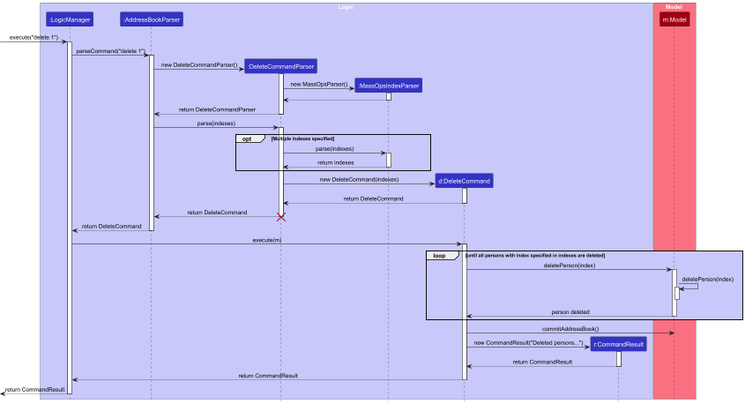
Earlier version of the PlantUML export docs/images/DeleteSequenceDiagram.png (carineang/tp).
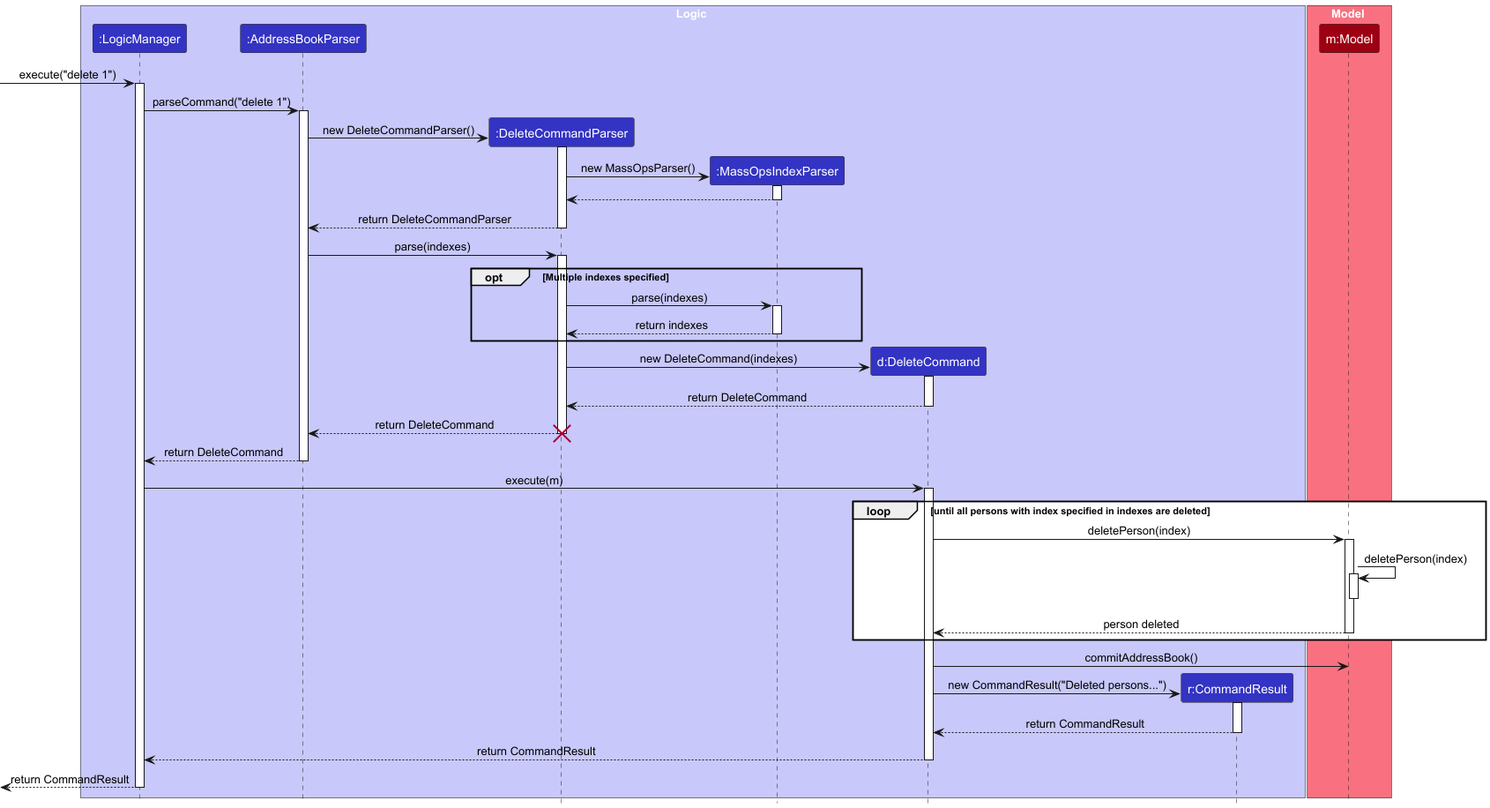
Above is the later version.

Commit message:
Update sequence diagrams for delete and cmd history

The edit, as a diff of the source:
```diff
@@ -67,7 +67,7 @@
 
 
 
-loop LOGIC_COLOR_T1 until all persons with index specified in indexes are deleted
+loop until all persons with index specified in indexes are deleted
 
 DeleteCommand -> Model : deletePerson(index)
 activate Model
```
